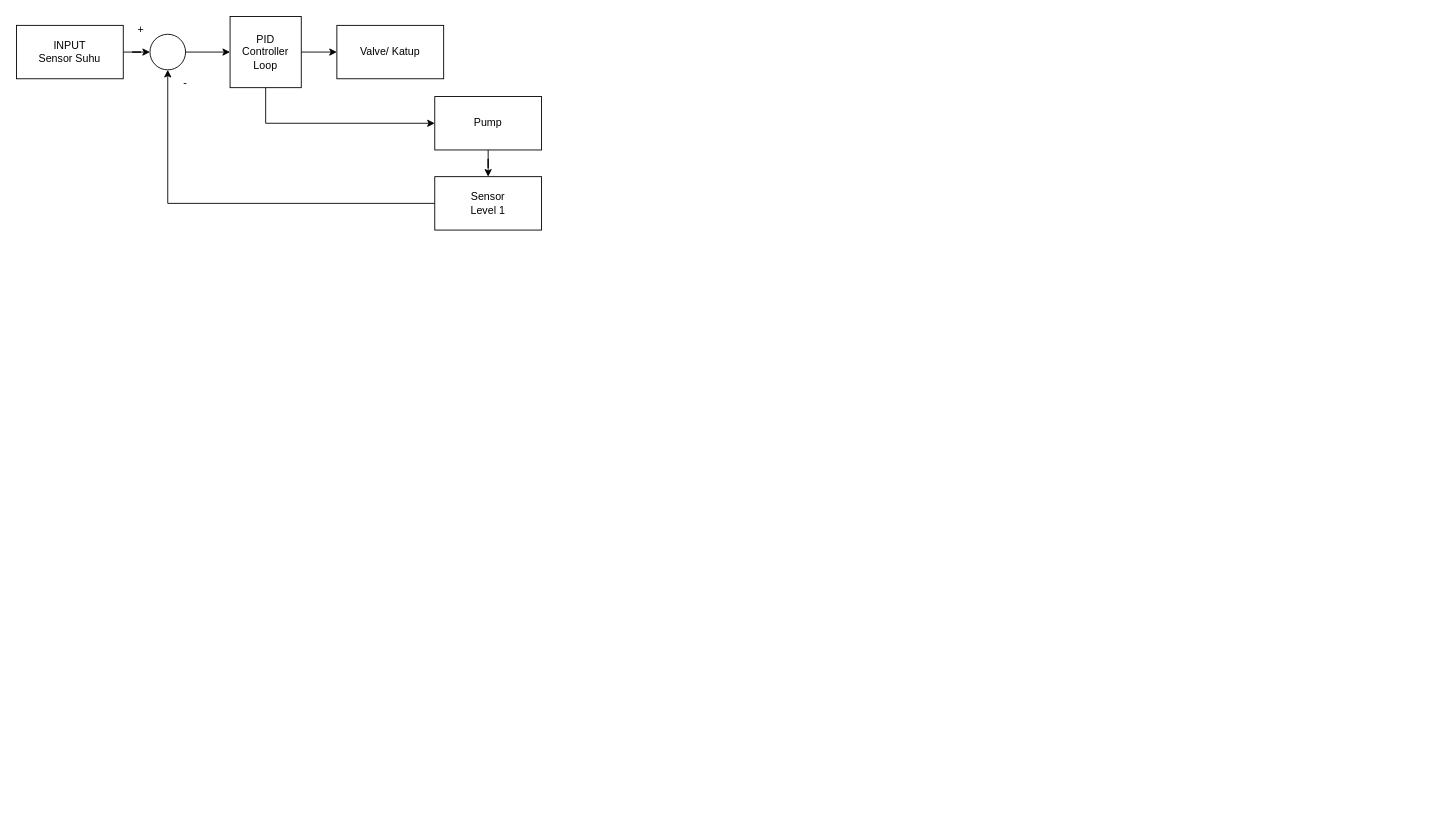
The draw.io diagram Kendali Proses Pompa.drawio in ilhamdestyo/draw.io, before the edit. Source tidied: cells renumbered, new cells numbered last; positions are measured from the earlier drawing's top-left corner, leaving out a move shared by most shapes. Both pictures are drawn from the tidied source at 89%, with x=0, y=0 at pixel (16, 16). Pictures stored in the file or linked from it are replaced by grey dashed boxes.
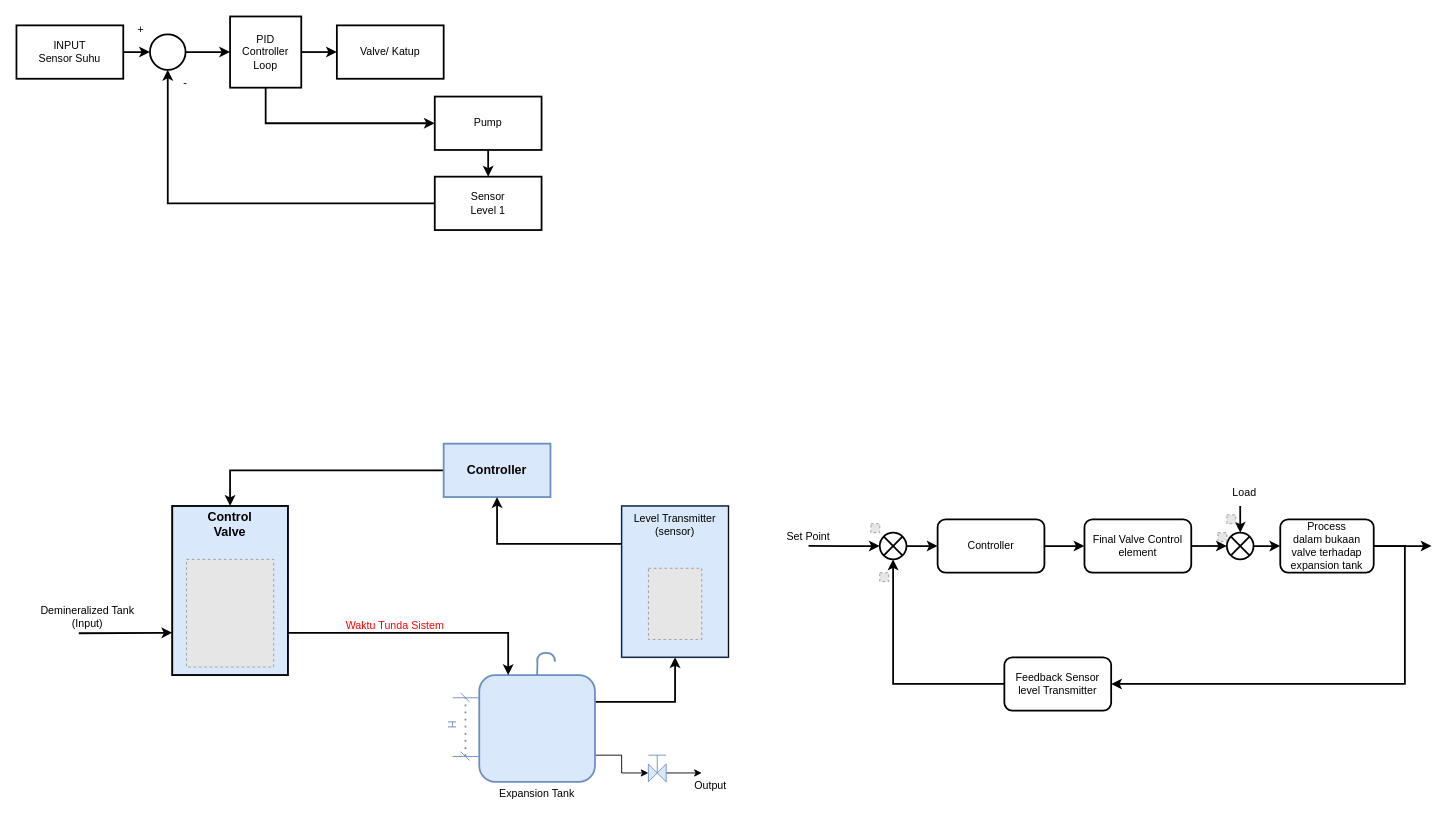
Above is the later version.

What changed in the source:
```diff
@@
-    <mxCell id="2" style="edgeStyle=orthogonalEdgeStyle;rounded=0;jettySize=auto;html=1;" parent="1" edge="1" source="3" target="13">
+    <mxCell id="2" style="edgeStyle=orthogonalEdgeStyle;rounded=0;jettySize=auto;html=1;strokeWidth=2;" parent="1" edge="1" source="3" target="13">
       <mxGeometry relative="1" as="geometry" />
     </mxCell>
-    <mxCell id="3" value="INPUT&lt;br&gt;Sensor Suhu" style="rounded=0;whiteSpace=wrap;html=1;" parent="1" vertex="1">
+    <mxCell id="3" value="INPUT&lt;br&gt;Sensor Suhu" style="rounded=0;whiteSpace=wrap;html=1;strokeWidth=2;" parent="1" vertex="1">
       <mxGeometry y="10" width="120" height="60" as="geometry" />
     </mxCell>
-    <mxCell id="4" style="edgeStyle=orthogonalEdgeStyle;rounded=0;jettySize=auto;html=1;" parent="1" edge="1" source="6" target="7">
+    <mxCell id="4" style="edgeStyle=orthogonalEdgeStyle;rounded=0;jettySize=auto;html=1;strokeWidth=2;" parent="1" edge="1" source="6" target="7">
       <mxGeometry relative="1" as="geometry" />
     </mxCell>
-    <mxCell id="5" style="edgeStyle=orthogonalEdgeStyle;rounded=0;jettySize=auto;html=1;entryX=0;entryY=0.5;entryDx=0;entryDy=0;exitX=0.5;exitY=1;exitDx=0;exitDy=0;" parent="1" edge="1" source="6" target="9">
+    <mxCell id="5" style="edgeStyle=orthogonalEdgeStyle;rounded=0;jettySize=auto;html=1;entryX=0;entryY=0.5;entryDx=0;entryDy=0;exitX=0.5;exitY=1;exitDx=0;exitDy=0;strokeWidth=2;" parent="1" edge="1" source="6" target="9">
       <mxGeometry relative="1" as="geometry">
         <Array as="points">
           <mxPoint x="280" y="120" />
         </Array>
       </mxGeometry>
     </mxCell>
-    <mxCell id="6" value="PID&lt;br&gt;Controller&lt;br&gt;Loop" style="whiteSpace=wrap;html=1;" parent="1" vertex="1">
+    <mxCell id="6" value="PID&lt;br&gt;Controller&lt;br&gt;Loop" style="whiteSpace=wrap;html=1;strokeWidth=2;" parent="1" vertex="1">
       <mxGeometry x="240" width="80" height="80" as="geometry" />
     </mxCell>
-    <mxCell id="7" value="Valve/ Katup" style="whiteSpace=wrap;html=1;" parent="1" vertex="1">
+    <mxCell id="7" value="Valve/ Katup" style="whiteSpace=wrap;html=1;strokeWidth=2;" parent="1" vertex="1">
       <mxGeometry x="360" y="10" width="120" height="60" as="geometry" />
     </mxCell>
-    <mxCell id="8" style="edgeStyle=orthogonalEdgeStyle;rounded=0;jettySize=auto;html=1;" parent="1" edge="1" source="9" target="11">
+    <mxCell id="8" style="edgeStyle=orthogonalEdgeStyle;rounded=0;jettySize=auto;html=1;strokeWidth=2;" parent="1" edge="1" source="9" target="11">
       <mxGeometry relative="1" as="geometry" />
     </mxCell>
-    <mxCell id="9" value="Pump" style="whiteSpace=wrap;html=1;" parent="1" vertex="1">
+    <mxCell id="9" value="Pump" style="whiteSpace=wrap;html=1;strokeWidth=2;" parent="1" vertex="1">
       <mxGeometry x="470" y="90" width="120" height="60" as="geometry" />
     </mxCell>
-    <mxCell id="10" style="edgeStyle=orthogonalEdgeStyle;rounded=0;jettySize=auto;html=1;entryX=0.5;entryY=1;entryDx=0;entryDy=0;" parent="1" edge="1" source="11" target="13">
+    <mxCell id="10" style="edgeStyle=orthogonalEdgeStyle;rounded=0;jettySize=auto;html=1;entryX=0.5;entryY=1;entryDx=0;entryDy=0;strokeWidth=2;" parent="1" edge="1" source="11" target="13">
       <mxGeometry relative="1" as="geometry" />
     </mxCell>
-    <mxCell id="11" value="Sensor&lt;br&gt;Level 1" style="whiteSpace=wrap;html=1;" parent="1" vertex="1">
+    <mxCell id="11" value="Sensor&lt;br&gt;Level 1" style="whiteSpace=wrap;html=1;strokeWidth=2;" parent="1" vertex="1">
       <mxGeometry x="470" y="180" width="120" height="60" as="geometry" />
     </mxCell>
-    <mxCell id="12" style="edgeStyle=orthogonalEdgeStyle;rounded=0;jettySize=auto;html=1;" parent="1" edge="1" source="13" target="6">
+    <mxCell id="12" style="edgeStyle=orthogonalEdgeStyle;rounded=0;jettySize=auto;html=1;strokeWidth=2;" parent="1" edge="1" source="13" target="6">
       <mxGeometry relative="1" as="geometry" />
     </mxCell>
-    <mxCell id="13" style="ellipse;whiteSpace=wrap;html=1;" parent="1" vertex="1">
+    <mxCell id="13" style="ellipse;whiteSpace=wrap;html=1;strokeWidth=2;" parent="1" vertex="1">
       <mxGeometry x="150" y="20" width="40" height="40" as="geometry" />
     </mxCell>
-    <mxCell id="14" value="+" style="text;html=1;strokeColor=none;fillColor=none;align=center;verticalAlign=middle;whiteSpace=wrap;rounded=0;" parent="1" vertex="1">
+    <mxCell id="14" value="+" style="text;html=1;strokeColor=none;fillColor=none;align=center;verticalAlign=middle;whiteSpace=wrap;rounded=0;strokeWidth=2;" parent="1" vertex="1">
       <mxGeometry x="110" width="60" height="30" as="geometry" />
     </mxCell>
-    <mxCell id="15" value="-" style="text;html=1;strokeColor=none;fillColor=none;align=center;verticalAlign=middle;whiteSpace=wrap;rounded=0;" parent="1" vertex="1">
+    <mxCell id="15" value="-" style="text;html=1;strokeColor=none;fillColor=none;align=center;verticalAlign=middle;whiteSpace=wrap;rounded=0;strokeWidth=2;" parent="1" vertex="1">
       <mxGeometry x="160" y="60" width="60" height="30" as="geometry" />
     </mxCell>
+    <mxCell id="16" style="edgeStyle=orthogonalEdgeStyle;rounded=0;jettySize=auto;html=1;entryX=0.5;entryY=0;entryDx=0;entryDy=0;strokeWidth=2;" parent="1" edge="1" source="17" target="20">
+      <mxGeometry relative="1" as="geometry" />
+    </mxCell>
+    <mxCell id="17" value="&lt;b&gt;&lt;font style=&quot;font-size: 14px;&quot;&gt;Controller&lt;/font&gt;&lt;/b&gt;" style="rounded=0;whiteSpace=wrap;html=1;strokeWidth=2;fillColor=#dae8fc;strokeColor=#6c8ebf;" parent="1" vertex="1">
+      <mxGeometry x="480" y="480" width="120" height="60" as="geometry" />
+    </mxCell>
+    <mxCell id="18" style="group;strokeWidth=2;fillColor=#dae8fc;strokeColor=#6c8ebf;" parent="1" vertex="1">
+      <mxGeometry x="175" y="550" width="130" height="190" as="geometry" />
+    </mxCell>
+    <mxCell id="19" style="fillColor=#E6E6E6;strokeColor=#999999;dashed=1;verticalLabelPosition=bottom;labelBackgroundColor=default;verticalAlign=top;" parent="18" vertex="1">
+      <mxGeometry x="16" y="60" width="98" height="121" as="geometry" />
+    </mxCell>
+    <mxCell id="20" style="rounded=0;whiteSpace=wrap;html=1;fillColor=none;strokeWidth=2;" parent="18" vertex="1">
+      <mxGeometry width="130" height="190" as="geometry" />
+    </mxCell>
+    <mxCell id="21" value="&lt;b&gt;&lt;font style=&quot;font-size: 14px;&quot;&gt;Control Valve&lt;/font&gt;&lt;/b&gt;" style="text;html=1;strokeColor=none;fillColor=none;align=center;verticalAlign=middle;whiteSpace=wrap;rounded=0;strokeWidth=2;" parent="18" vertex="1">
+      <mxGeometry x="25" y="5" width="80" height="30" as="geometry" />
+    </mxCell>
+    <mxCell id="22" style="endArrow=classic;html=1;rounded=0;entryX=0;entryY=0.75;entryDx=0;entryDy=0;strokeWidth=2;" parent="1" edge="1" target="20">
+      <mxGeometry relative="1" as="geometry">
+        <mxPoint x="70" y="693" as="sourcePoint" />
+      </mxGeometry>
+    </mxCell>
+    <mxCell id="23" value="Demineralized Tank&lt;br&gt;(Input)" style="text;html=1;strokeColor=none;fillColor=none;align=center;verticalAlign=middle;whiteSpace=wrap;rounded=0;strokeWidth=2;" parent="1" vertex="1">
+      <mxGeometry y="660" width="160" height="30" as="geometry" />
+    </mxCell>
+    <mxCell id="24" style="edgeStyle=orthogonalEdgeStyle;rounded=0;jettySize=auto;html=1;exitX=1;exitY=0.25;exitDx=0;exitDy=0;entryX=0.5;entryY=1;entryDx=0;entryDy=0;strokeWidth=2;" parent="1" edge="1" source="26" target="39">
+      <mxGeometry relative="1" as="geometry" />
+    </mxCell>
+    <mxCell id="25" style="edgeStyle=orthogonalEdgeStyle;rounded=0;jettySize=auto;html=1;exitX=1;exitY=0.75;exitDx=0;exitDy=0;entryX=0;entryY=0.5;entryDx=0;entryDy=0;" parent="1" edge="1" source="26" target="42">
+      <mxGeometry relative="1" as="geometry" />
+    </mxCell>
+    <mxCell id="26" style="rounded=1;whiteSpace=wrap;html=1;fillColor=#dae8fc;strokeColor=#6c8ebf;strokeWidth=2;" parent="1" vertex="1">
+      <mxGeometry x="520" y="740" width="130" height="120" as="geometry" />
+    </mxCell>
+    <mxCell id="27" value="Expansion Tank" style="text;html=1;strokeColor=none;fillColor=none;align=center;verticalAlign=top;whiteSpace=wrap;rounded=0;" parent="1" vertex="1">
+      <mxGeometry x="540" y="860" width="90" height="30" as="geometry" />
+    </mxCell>
+    <mxCell id="28" style="group;" parent="1" vertex="1">
+      <mxGeometry x="480" y="760" width="40" height="76" as="geometry" />
+    </mxCell>
+    <mxCell id="29" style="endArrow=none;dashed=1;html=1;dashPattern=1 3;strokeWidth=2;rounded=0;fillColor=#dae8fc;strokeColor=#6c8ebf;" parent="28" edge="1">
+      <mxGeometry relative="1" as="geometry">
+        <mxPoint x="24.5" y="71" as="sourcePoint" />
+        <mxPoint x="24.5" y="6" as="targetPoint" />
+      </mxGeometry>
+    </mxCell>
+    <mxCell id="30" style="endArrow=none;html=1;rounded=0;fillColor=#dae8fc;strokeColor=#6c8ebf;" parent="28" edge="1">
+      <mxGeometry relative="1" as="geometry">
+        <mxPoint x="10" y="5.5" as="sourcePoint" />
+        <mxPoint x="40" y="5.5" as="targetPoint" />
+      </mxGeometry>
+    </mxCell>
+    <mxCell id="31" style="endArrow=none;html=1;rounded=0;fillColor=#dae8fc;strokeColor=#6c8ebf;" parent="28" edge="1">
+      <mxGeometry relative="1" as="geometry">
+        <mxPoint x="10" y="71.5" as="sourcePoint" />
+        <mxPoint x="40" y="71.5" as="targetPoint" />
+      </mxGeometry>
+    </mxCell>
+    <mxCell id="32" style="endArrow=none;html=1;rounded=0;fillColor=#dae8fc;strokeColor=#6c8ebf;" parent="28" edge="1">
+      <mxGeometry relative="1" as="geometry">
+        <mxPoint x="19" as="sourcePoint" />
+        <mxPoint x="29" y="10" as="targetPoint" />
+      </mxGeometry>
+    </mxCell>
+    <mxCell id="33" style="endArrow=none;html=1;rounded=0;fillColor=#dae8fc;strokeColor=#6c8ebf;" parent="28" edge="1">
+      <mxGeometry relative="1" as="geometry">
+        <mxPoint x="19" y="66" as="sourcePoint" />
+        <mxPoint x="29" y="76" as="targetPoint" />
+      </mxGeometry>
+    </mxCell>
+    <mxCell id="34" value="&lt;font color=&quot;#6c8ebf&quot;&gt;H&lt;/font&gt;" style="text;html=1;strokeColor=none;fillColor=none;align=center;verticalAlign=middle;whiteSpace=wrap;rounded=0;rotation=-90;" parent="28" vertex="1">
+      <mxGeometry x="-5" y="26" width="30" height="20" as="geometry" />
+    </mxCell>
+    <mxCell id="35" style="shape=requiredInterface;html=1;verticalLabelPosition=bottom;sketch=0;rotation=-90;fillColor=#dae8fc;strokeColor=#6c8ebf;strokeWidth=2;" parent="1" vertex="1">
+      <mxGeometry x="590" y="710" width="10" height="20" as="geometry" />
+    </mxCell>
+    <mxCell id="36" style="edgeStyle=none;jettySize=auto;html=1;rounded=0;entryX=0.08;entryY=0.02;entryDx=0;entryDy=0;entryPerimeter=0;exitX=0.5;exitY=0;exitDx=0;exitDy=0;endArrow=none;endFill=0;fillColor=#dae8fc;strokeColor=#6c8ebf;strokeWidth=2;" parent="1" edge="1" source="26" target="35">
+      <mxGeometry relative="1" as="geometry" />
+    </mxCell>
+    <mxCell id="37" style="group;fillColor=#dae8fc;strokeColor=#6c8ebf;strokeWidth=2;" parent="1" vertex="1">
+      <mxGeometry x="680" y="550" width="120" height="170" as="geometry" />
+    </mxCell>
+    <mxCell id="38" style="fillColor=#E6E6E6;strokeColor=#999999;dashed=1;verticalLabelPosition=bottom;labelBackgroundColor=default;verticalAlign=top;" parent="37" vertex="1">
+      <mxGeometry x="30.1" y="70" width="59.9" height="80" as="geometry" />
+    </mxCell>
+    <mxCell id="39" style="rounded=0;whiteSpace=wrap;html=1;fillColor=none;" parent="37" vertex="1">
+      <mxGeometry width="120" height="170" as="geometry" />
+    </mxCell>
+    <mxCell id="40" value="Level Transmitter (sensor)" style="text;html=1;strokeColor=none;fillColor=none;align=center;verticalAlign=middle;whiteSpace=wrap;rounded=0;" parent="37" vertex="1">
+      <mxGeometry x="10" y="6" width="100" height="30" as="geometry" />
+    </mxCell>
+    <mxCell id="41" style="edgeStyle=orthogonalEdgeStyle;rounded=0;jettySize=auto;html=1;entryX=0.5;entryY=1;entryDx=0;entryDy=0;exitX=0;exitY=0.25;exitDx=0;exitDy=0;strokeWidth=2;" parent="1" edge="1" source="39" target="17">
+      <mxGeometry relative="1" as="geometry" />
+    </mxCell>
+    <mxCell id="42" style="triangle;whiteSpace=wrap;html=1;fillColor=#dae8fc;strokeColor=#6c8ebf;" parent="1" vertex="1">
+      <mxGeometry x="710" y="840" width="10" height="20" as="geometry" />
+    </mxCell>
+    <mxCell id="43" style="edgeStyle=orthogonalEdgeStyle;rounded=0;jettySize=auto;html=1;" parent="1" edge="1" source="44">
+      <mxGeometry relative="1" as="geometry">
+        <mxPoint x="770" y="850" as="targetPoint" />
+      </mxGeometry>
+    </mxCell>
+    <mxCell id="44" style="triangle;whiteSpace=wrap;html=1;rotation=-180;fillColor=#dae8fc;strokeColor=#6c8ebf;" parent="1" vertex="1">
+      <mxGeometry x="720" y="840" width="10" height="20" as="geometry" />
+    </mxCell>
+    <mxCell id="45" style="endArrow=none;html=1;rounded=0;fillColor=#dae8fc;strokeColor=#6c8ebf;" parent="1" edge="1">
+      <mxGeometry relative="1" as="geometry">
+        <mxPoint x="720" y="850" as="sourcePoint" />
+        <mxPoint x="720" y="830" as="targetPoint" />
+      </mxGeometry>
+    </mxCell>
+    <mxCell id="46" style="endArrow=none;html=1;rounded=0;fillColor=#dae8fc;strokeColor=#6c8ebf;" parent="1" edge="1">
+      <mxGeometry relative="1" as="geometry">
+        <mxPoint x="710" y="830" as="sourcePoint" />
+        <mxPoint x="730" y="830" as="targetPoint" />
+      </mxGeometry>
+    </mxCell>
+    <mxCell id="47" value="Output" style="text;html=1;strokeColor=none;fillColor=none;align=center;verticalAlign=middle;whiteSpace=wrap;rounded=0;" parent="1" vertex="1">
+      <mxGeometry x="750" y="850" width="60" height="30" as="geometry" />
+    </mxCell>
+    <mxCell id="48" style="edgeStyle=orthogonalEdgeStyle;rounded=0;jettySize=auto;html=1;exitX=1;exitY=0.75;exitDx=0;exitDy=0;entryX=0.25;entryY=0;entryDx=0;entryDy=0;strokeWidth=2;" parent="1" edge="1" source="20" target="26">
+      <mxGeometry relative="1" as="geometry" />
+    </mxCell>
+    <mxCell id="49" value="&lt;font color=&quot;#ff0000&quot;&gt;Waktu Tunda Sistem&lt;/font&gt;" style="text;html=1;align=center;verticalAlign=middle;strokeColor=none;fillColor=none;" parent="1" vertex="1">
+      <mxGeometry x="360" y="670" width="130" height="30" as="geometry" />
+    </mxCell>
+    <mxCell id="50" style="edgeStyle=orthogonalEdgeStyle;rounded=0;jettySize=auto;html=1;exitX=0;exitY=0.5;exitDx=0;exitDy=0;exitPerimeter=0;startArrow=classic;startFill=1;endArrow=none;endFill=0;strokeWidth=2;" parent="1" edge="1" source="52">
+      <mxGeometry relative="1" as="geometry">
+        <mxPoint x="890" y="594.9" as="targetPoint" />
+      </mxGeometry>
+    </mxCell>
+    <mxCell id="51" style="edgeStyle=orthogonalEdgeStyle;rounded=0;jettySize=auto;html=1;strokeWidth=2;" parent="1" edge="1" source="52" target="54">
+      <mxGeometry relative="1" as="geometry" />
+    </mxCell>
+    <mxCell id="52" style="verticalLabelPosition=bottom;verticalAlign=top;html=1;shape=mxgraph.flowchart.or;strokeWidth=2;" parent="1" vertex="1">
+      <mxGeometry x="970" y="580" width="30" height="30" as="geometry" />
+    </mxCell>
+    <mxCell id="53" style="edgeStyle=orthogonalEdgeStyle;rounded=0;jettySize=auto;html=1;strokeWidth=2;" parent="1" edge="1" source="54" target="56">
+      <mxGeometry relative="1" as="geometry" />
+    </mxCell>
+    <mxCell id="54" value="Controller" style="rounded=1;whiteSpace=wrap;html=1;verticalAlign=middle;strokeWidth=2;" parent="1" vertex="1">
+      <mxGeometry x="1035" y="565" width="120" height="60" as="geometry" />
+    </mxCell>
+    <mxCell id="55" style="edgeStyle=orthogonalEdgeStyle;rounded=0;jettySize=auto;html=1;strokeWidth=2;" parent="1" edge="1" source="56" target="59">
+      <mxGeometry relative="1" as="geometry" />
+    </mxCell>
+    <mxCell id="56" value="Final Valve Control&lt;br&gt;element" style="whiteSpace=wrap;html=1;rounded=1;strokeWidth=2;" parent="1" vertex="1">
+      <mxGeometry x="1200" y="565" width="120" height="60" as="geometry" />
+    </mxCell>
+    <mxCell id="57" style="edgeStyle=orthogonalEdgeStyle;rounded=0;jettySize=auto;html=1;strokeWidth=2;" parent="1" edge="1" source="59" target="68">
+      <mxGeometry relative="1" as="geometry" />
+    </mxCell>
+    <mxCell id="58" style="edgeStyle=orthogonalEdgeStyle;rounded=0;jettySize=auto;html=1;startArrow=classic;startFill=1;endArrow=none;endFill=0;strokeWidth=2;" parent="1" edge="1" source="59">
+      <mxGeometry relative="1" as="geometry">
+        <mxPoint x="1375" y="550" as="targetPoint" />
+      </mxGeometry>
+    </mxCell>
+    <mxCell id="59" style="verticalLabelPosition=bottom;verticalAlign=top;html=1;shape=mxgraph.flowchart.or;strokeWidth=2;" parent="1" vertex="1">
+      <mxGeometry x="1360" y="580" width="30" height="30" as="geometry" />
+    </mxCell>
+    <mxCell id="60" style="edgeStyle=orthogonalEdgeStyle;rounded=0;jettySize=auto;html=1;entryX=0.5;entryY=1;entryDx=0;entryDy=0;entryPerimeter=0;strokeWidth=2;" parent="1" edge="1" source="62" target="52">
+      <mxGeometry relative="1" as="geometry" />
+    </mxCell>
+    <mxCell id="61" style="edgeStyle=orthogonalEdgeStyle;rounded=0;jettySize=auto;html=1;entryX=1;entryY=0.5;entryDx=0;entryDy=0;endArrow=none;endFill=0;startArrow=classic;startFill=1;strokeWidth=2;" parent="1" edge="1" source="62" target="68">
+      <mxGeometry relative="1" as="geometry">
+        <Array as="points">
+          <mxPoint x="1560" y="750" />
+          <mxPoint x="1560" y="595" />
+        </Array>
+      </mxGeometry>
+    </mxCell>
+    <mxCell id="62" value="Feedback Sensor level Transmitter" style="rounded=1;whiteSpace=wrap;html=1;verticalAlign=middle;strokeWidth=2;" parent="1" vertex="1">
+      <mxGeometry x="1110" y="720" width="120" height="60" as="geometry" />
+    </mxCell>
+    <mxCell id="63" style="fillColor=#E6E6E6;strokeColor=#999999;dashed=1;html=1;verticalAlign=top;verticalLabelPosition=bottom;labelBackgroundColor=#ffffff;" parent="1" vertex="1">
+      <mxGeometry x="970" y="625" width="10" height="10" as="geometry" />
+    </mxCell>
+    <mxCell id="64" style="fillColor=#E6E6E6;strokeColor=#999999;dashed=1;html=1;verticalAlign=top;verticalLabelPosition=bottom;labelBackgroundColor=#ffffff;" parent="1" vertex="1">
+      <mxGeometry x="960" y="570" width="10" height="10" as="geometry" />
+    </mxCell>
+    <mxCell id="65" value="Set Point" style="text;html=1;strokeColor=none;fillColor=none;align=center;verticalAlign=middle;whiteSpace=wrap;rounded=0;strokeWidth=2;" parent="1" vertex="1">
+      <mxGeometry x="860" y="570" width="60" height="30" as="geometry" />
+    </mxCell>
+    <mxCell id="66" style="fillColor=#E6E6E6;strokeColor=#999999;dashed=1;html=1;verticalAlign=top;verticalLabelPosition=bottom;labelBackgroundColor=#ffffff;" parent="1" vertex="1">
+      <mxGeometry x="1350" y="580" width="10" height="10" as="geometry" />
+    </mxCell>
+    <mxCell id="67" style="edgeStyle=orthogonalEdgeStyle;rounded=0;jettySize=auto;html=1;strokeWidth=2;" parent="1" edge="1" source="68">
+      <mxGeometry relative="1" as="geometry">
+        <mxPoint x="1590" y="595" as="targetPoint" />
+      </mxGeometry>
+    </mxCell>
+    <mxCell id="68" value="Process&lt;br&gt;dalam bukaan valve terhadap expansion tank" style="rounded=1;whiteSpace=wrap;html=1;verticalAlign=middle;strokeWidth=2;" parent="1" vertex="1">
+      <mxGeometry x="1420" y="565" width="105" height="60" as="geometry" />
+    </mxCell>
+    <mxCell id="69" style="fillColor=#E6E6E6;strokeColor=#999999;dashed=1;html=1;verticalAlign=top;verticalLabelPosition=bottom;labelBackgroundColor=#ffffff;" parent="1" vertex="1">
+      <mxGeometry x="1360" y="560" width="10" height="10" as="geometry" />
+    </mxCell>
+    <mxCell id="70" value="Load" style="text;html=1;strokeColor=none;fillColor=none;align=center;verticalAlign=middle;whiteSpace=wrap;rounded=0;" parent="1" vertex="1">
+      <mxGeometry x="1350" y="520" width="60" height="30" as="geometry" />
+    </mxCell>
```
